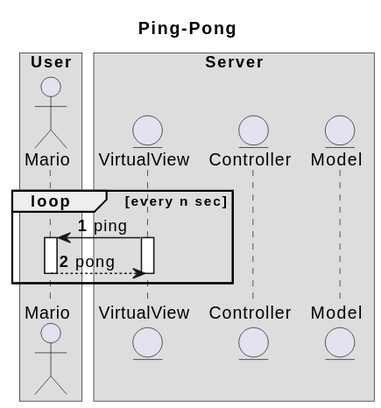
BiscottiBiscottati/IS24-AM11 keeps this PlantUML diagram as UML/Sequence Diagram/out/heartbeat.svg. Above is the earlier version.
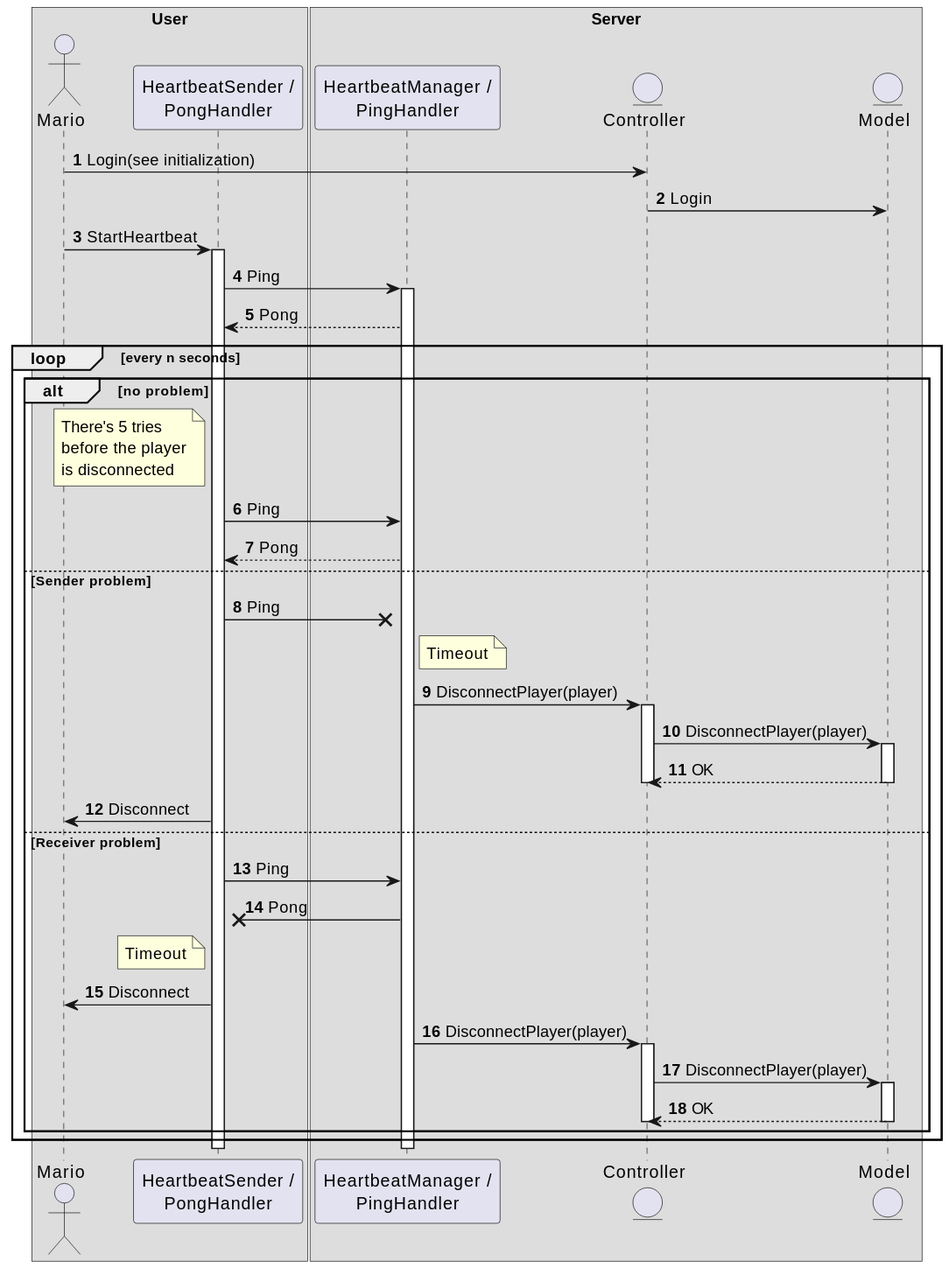
The same diagram one commit later.

Commit message:
heartbeat sequence diagram updated

The edit, as a diff of the source:
```diff
@@ -1,24 +1,72 @@
 @startuml
+
 autonumber
 
 box User
 actor Mario
+participant "HeartbeatSender /\nPongHandler" as Sender
 end box
 
 box Server
-entity VirtualView
+participant "HeartbeatManager /\nPingHandler" as Receiver
 entity Controller
 entity Model
 end box
 
-title Ping-Pong
+Mario -> Controller: Login(see initialization)
+Controller -> Model: Login
+Mario -> Sender: StartHeartbeat
 
-loop every n sec
-    VirtualView -> Mario: ping
-    activate Mario
-    activate VirtualView
-    Mario --> VirtualView: pong
-    deactivate Mario
-    deactivate VirtualView
+activate Sender
+
+Sender -> Receiver: Ping
+activate Receiver
+
+Receiver --> Sender: Pong
+loop every n seconds
+
+    alt no problem
+        note left of Sender
+            There's 5 tries
+            before the player
+            is disconnected
+        end note
+        Sender -> Receiver: Ping
+        Receiver --> Sender: Pong
+    else Sender problem
+        Sender ->X Receiver: Ping
+        note right of Receiver
+            Timeout
+        end note
+        Receiver -> Controller: DisconnectPlayer(player)
+        activate Controller
+
+        Controller -> Model: DisconnectPlayer(player)
+        activate Model
+
+        Model --> Controller: OK
+        deactivate Model
+        deactivate Controller
+
+        Sender -> Mario: Disconnect
+    else Receiver problem
+        Sender -> Receiver: Ping
+        Receiver ->X Sender: Pong
+        note left of Sender
+            Timeout
+        end note
+        Sender -> Mario: Disconnect
+        Receiver -> Controller: DisconnectPlayer(player)
+        activate Controller
+
+        Controller -> Model: DisconnectPlayer(player)
+        activate Model
+
+        Model --> Controller: OK
+        deactivate Model
+        deactivate Controller
+    end
 end
+deactivate Sender
+deactivate Receiver
 @enduml
```
